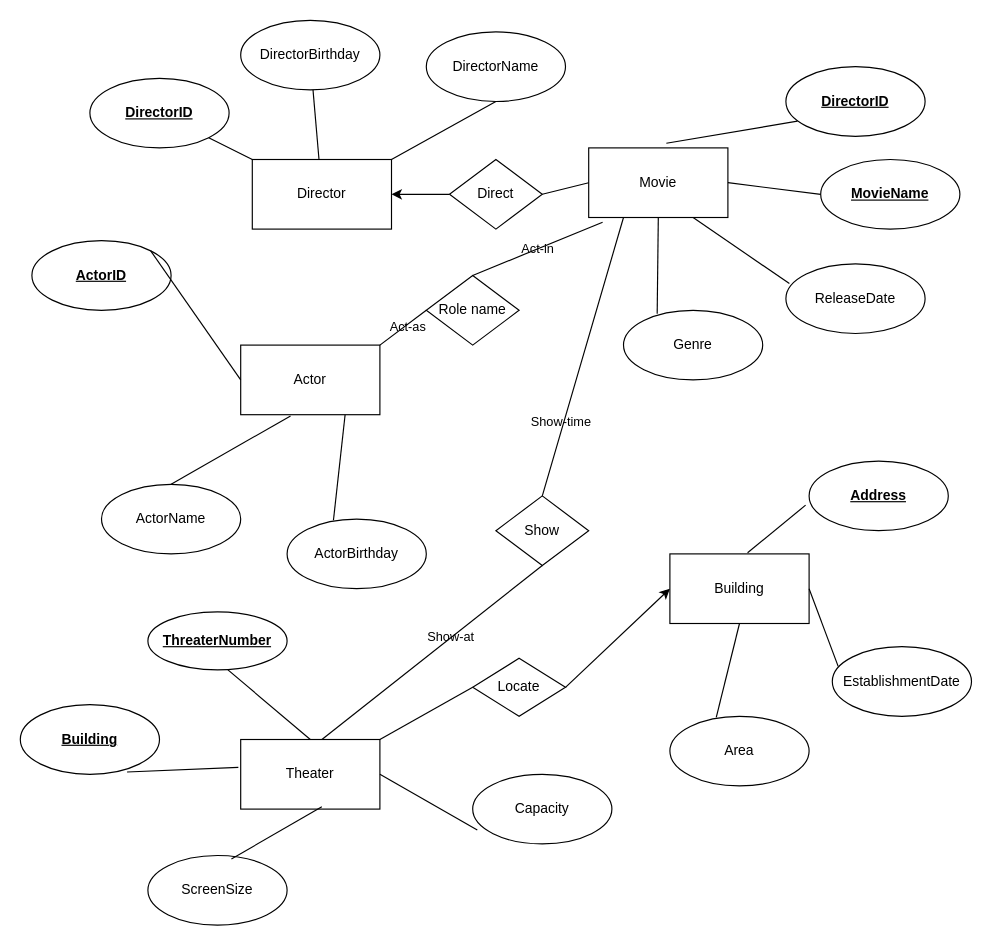
This is Untitled Diagram.drawio from tyler232/discord-bot, a draw.io file, before an edit. Source tidied: cells renumbered, new cells numbered last; positions are measured from the earlier drawing's top-left corner, leaving out a move shared by most shapes. Both pictures are drawn from the tidied source at 116%, with x=0, y=0 at pixel (20, 20).
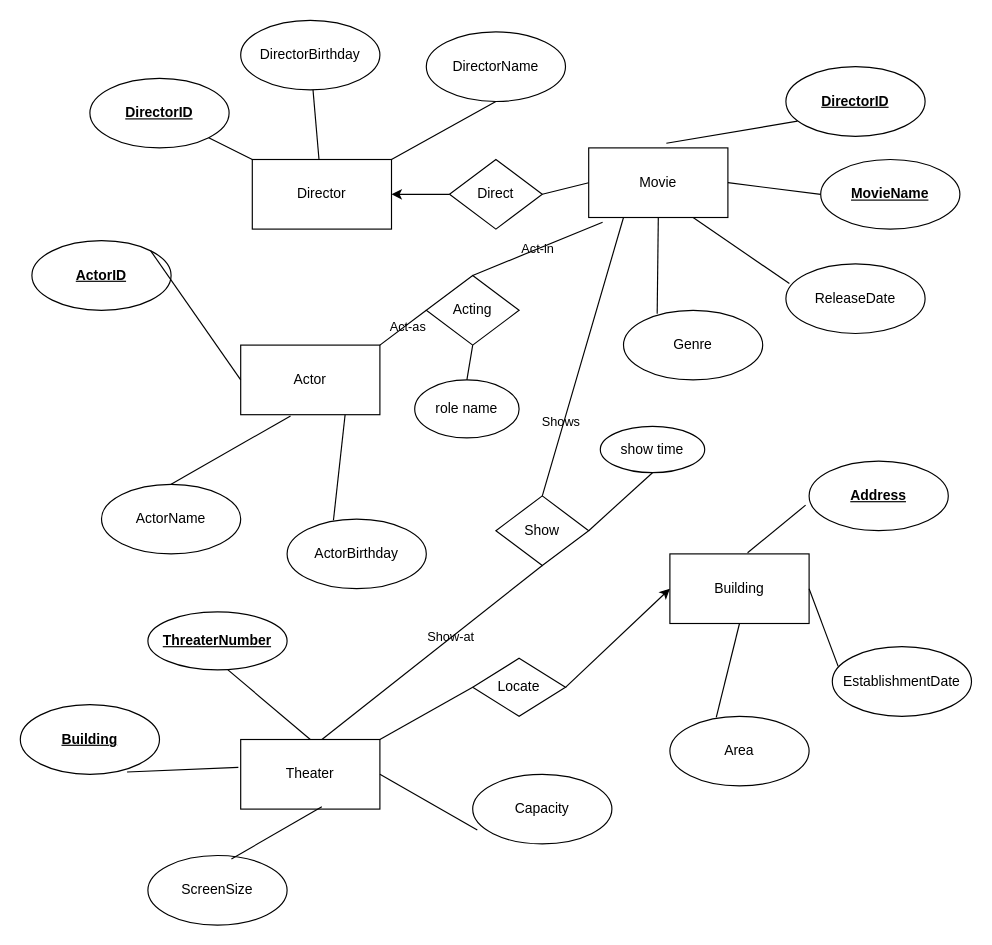
The same page after the edit.

Unchanged cells that the change refers to:
```xml
<mxCell id="52" value="Show" style="rhombus;whiteSpace=wrap;html=1;labelBackgroundColor=none;" parent="1" vertex="1">
  <mxGeometry x="410" y="410" width="80" height="60" as="geometry" />
</mxCell>
<mxCell id="55" style="endArrow=none;html=1;rounded=0;entryX=0.25;entryY=1;entryDx=0;entryDy=0;exitX=0.5;exitY=0;exitDx=0;exitDy=0;labelBackgroundColor=none;fontColor=default;" parent="1" edge="1" source="52" target="10">
  <mxGeometry relative="1" as="geometry" />
</mxCell>
```

Change to the diagram source:
```diff
@@
-    <mxCell id="45" value="Role name" style="rhombus;whiteSpace=wrap;html=1;labelBackgroundColor=none;" parent="1" vertex="1">
+    <mxCell id="45" value="Acting" style="rhombus;whiteSpace=wrap;html=1;labelBackgroundColor=none;" parent="1" vertex="1">
       <mxGeometry x="350" y="220" width="80" height="60" as="geometry" />
     </mxCell>
@@
-    <mxCell id="56" value="Show-time" style="edgeLabel;html=1;align=center;verticalAlign=middle;labelBackgroundColor=none;" parent="55" vertex="1">
+    <mxCell id="56" value="Shows" style="edgeLabel;html=1;align=center;verticalAlign=middle;labelBackgroundColor=none;" parent="55" vertex="1">
       <mxGeometry x="-0.47" y="3" relative="1" as="geometry" />
     </mxCell>
+    <mxCell id="57" value="role name" style="ellipse;whiteSpace=wrap;html=1;" parent="1" vertex="1">
+      <mxGeometry x="340" y="310" width="90" height="50" as="geometry" />
+    </mxCell>
+    <mxCell id="58" style="endArrow=none;html=1;rounded=0;exitX=0.5;exitY=0;exitDx=0;exitDy=0;entryX=0.5;entryY=1;entryDx=0;entryDy=0;" parent="1" edge="1" source="57" target="45">
+      <mxGeometry relative="1" as="geometry" />
+    </mxCell>
+    <mxCell id="59" style="endArrow=none;html=1;rounded=0;exitX=1;exitY=0.5;exitDx=0;exitDy=0;entryX=0.5;entryY=1;entryDx=0;entryDy=0;" parent="1" edge="1" source="52" target="60">
+      <mxGeometry relative="1" as="geometry" />
+    </mxCell>
+    <mxCell id="60" value="show time" style="ellipse;whiteSpace=wrap;html=1;" parent="1" vertex="1">
+      <mxGeometry x="500" y="350" width="90" height="40" as="geometry" />
+    </mxCell>
```
